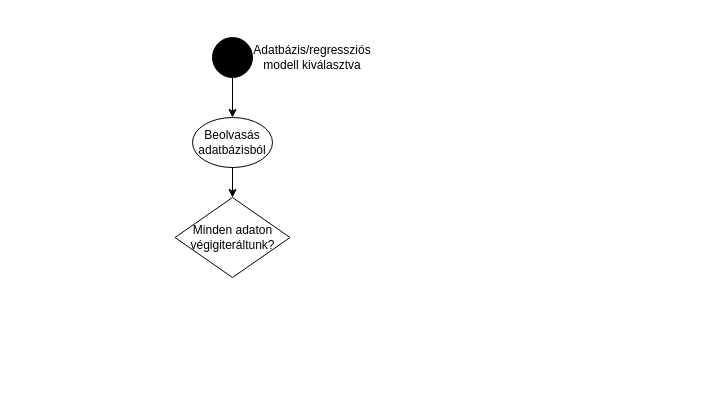
Earlier version of the draw.io diagram Folyamat2.drawio (HabanAndras/Gepi-latas). Source tidied: cells renumbered, new cells numbered last; positions are measured from the earlier drawing's top-left corner, leaving out a move shared by most shapes. Both pictures are drawn from the tidied source at 100%, with x=0, y=0 at pixel (174, 37).
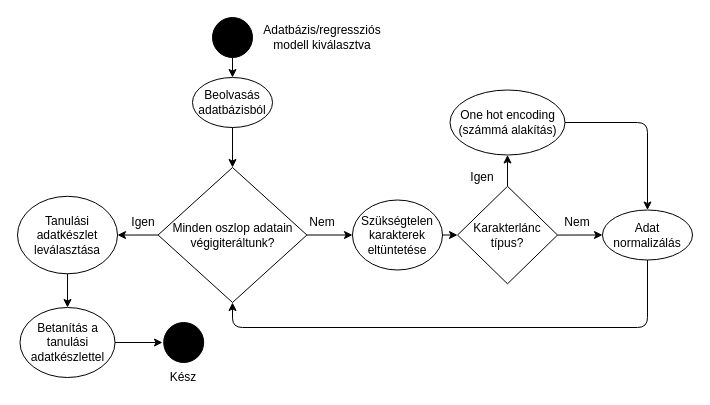
The same diagram, later.

The edit, as a diff of the source:
```diff
@@
     <mxCell id="2" style="ellipse;whiteSpace=wrap;html=1;fillColor=#000000;" parent="1" vertex="1">
-      <mxGeometry x="38" width="40" height="40" as="geometry" />
+      <mxGeometry x="38" y="-20" width="40" height="40" as="geometry" />
     </mxCell>
     <mxCell id="3" value="Adatbázis/regressziós modell kiválasztva" style="text;html=1;strokeColor=none;fillColor=none;align=center;verticalAlign=middle;whiteSpace=wrap;rounded=0;" parent="1" vertex="1">
-      <mxGeometry x="118" y="10" width="40" height="20" as="geometry" />
+      <mxGeometry x="128" y="-10" width="40" height="20" as="geometry" />
     </mxCell>
-    <mxCell id="4" style="endArrow=classic;html=1;exitX=0.5;exitY=1;exitDx=0;exitDy=0;" parent="1" edge="1" source="2">
-      <mxGeometry relative="1" as="geometry">
-        <mxPoint x="58" y="80" as="targetPoint" />
-      </mxGeometry>
+    <mxCell id="4" style="endArrow=classic;html=1;exitX=0.5;exitY=1;exitDx=0;exitDy=0;entryX=0.5;entryY=0;entryDx=0;entryDy=0;" parent="1" edge="1" source="2" target="5">
+      <mxGeometry relative="1" as="geometry" />
     </mxCell>
     <mxCell id="5" value="Beolvasás adatbázisból" style="ellipse;whiteSpace=wrap;html=1;fillColor=#FFFFFF;" parent="1" vertex="1">
-      <mxGeometry x="18" y="80" width="80" height="50" as="geometry" />
+      <mxGeometry x="18" y="40" width="80" height="50" as="geometry" />
     </mxCell>
@@
-    <mxCell id="7" value="Minden adaton végigiteráltunk?" style="rhombus;whiteSpace=wrap;html=1;" parent="1" vertex="1">
-      <mxGeometry x="0.5" y="160" width="115" height="80" as="geometry" />
+    <mxCell id="7" value="Minden oszlop adatain végigiteráltunk?" style="rhombus;whiteSpace=wrap;html=1;" parent="1" vertex="1">
+      <mxGeometry x="-16.4" y="130" width="148.8" height="135" as="geometry" />
     </mxCell>
+    <mxCell id="8" value="Szükségtelen karakterek eltüntetése" style="ellipse;whiteSpace=wrap;html=1;" parent="1" vertex="1">
+      <mxGeometry x="178" y="162.5" width="90" height="70" as="geometry" />
+    </mxCell>
+    <mxCell id="9" value="Nem" style="text;html=1;strokeColor=none;fillColor=none;align=center;verticalAlign=middle;whiteSpace=wrap;rounded=0;" parent="1" vertex="1">
+      <mxGeometry x="128" y="175" width="40" height="20" as="geometry" />
+    </mxCell>
+    <mxCell id="10" value="Karakterlánc típus?" style="rhombus;whiteSpace=wrap;html=1;fillColor=#FFFFFF;" parent="1" vertex="1">
+      <mxGeometry x="283" y="148.8" width="100" height="97.5" as="geometry" />
+    </mxCell>
+    <mxCell id="11" style="endArrow=classic;html=1;exitX=0.5;exitY=0;exitDx=0;exitDy=0;entryX=0.5;entryY=1;entryDx=0;entryDy=0;entryPerimeter=0;" parent="1" edge="1" source="10" target="12">
+      <mxGeometry relative="1" as="geometry" />
+    </mxCell>
+    <mxCell id="12" value="One hot encoding (számmá alakítás)" style="ellipse;whiteSpace=wrap;html=1;fillColor=#FFFFFF;" parent="1" vertex="1">
+      <mxGeometry x="275.5" y="52.5" width="115" height="65" as="geometry" />
+    </mxCell>
+    <mxCell id="13" value="Igen" style="text;html=1;strokeColor=none;fillColor=none;align=center;verticalAlign=middle;whiteSpace=wrap;rounded=0;" parent="1" vertex="1">
+      <mxGeometry x="288" y="130" width="40" height="20" as="geometry" />
+    </mxCell>
+    <mxCell id="14" style="endArrow=classic;html=1;exitX=1;exitY=0.5;exitDx=0;exitDy=0;" parent="1" edge="1" source="10" target="15">
+      <mxGeometry relative="1" as="geometry" />
+    </mxCell>
+    <mxCell id="15" value="Adat normalizálás" style="ellipse;whiteSpace=wrap;html=1;" parent="1" vertex="1">
+      <mxGeometry x="428" y="172.5" width="90" height="50" as="geometry" />
+    </mxCell>
+    <mxCell id="16" value="Nem" style="text;html=1;strokeColor=none;fillColor=none;align=center;verticalAlign=middle;whiteSpace=wrap;rounded=0;" parent="1" vertex="1">
+      <mxGeometry x="383" y="175" width="40" height="20" as="geometry" />
+    </mxCell>
+    <mxCell id="17" style="endArrow=classic;html=1;exitX=0.5;exitY=1;exitDx=0;exitDy=0;entryX=0.5;entryY=1;entryDx=0;entryDy=0;" parent="1" edge="1" source="15" target="7">
+      <mxGeometry relative="1" as="geometry">
+        <Array as="points">
+          <mxPoint x="473" y="290" />
+          <mxPoint x="58" y="290" />
+        </Array>
+      </mxGeometry>
+    </mxCell>
+    <mxCell id="18" style="endArrow=classic;html=1;exitX=0;exitY=0.5;exitDx=0;exitDy=0;" parent="1" edge="1" source="7" target="19">
+      <mxGeometry relative="1" as="geometry" />
+    </mxCell>
+    <mxCell id="19" value="Tanulási adatkészlet leválasztása" style="ellipse;whiteSpace=wrap;html=1;" parent="1" vertex="1">
+      <mxGeometry x="-157" y="158.8" width="100" height="77.5" as="geometry" />
+    </mxCell>
+    <mxCell id="20" value="Igen" style="text;html=1;strokeColor=none;fillColor=none;align=center;verticalAlign=middle;whiteSpace=wrap;rounded=0;" parent="1" vertex="1">
+      <mxGeometry x="-50.8" y="175" width="40" height="20" as="geometry" />
+    </mxCell>
+    <mxCell id="21" value="Betanítás a tanulási adatkészlettel" style="ellipse;whiteSpace=wrap;html=1;fillColor=#FFFFFF;" parent="1" vertex="1">
+      <mxGeometry x="-154.5" y="270" width="95" height="70" as="geometry" />
+    </mxCell>
+    <mxCell id="22" style="endArrow=classic;html=1;exitX=1;exitY=0.5;exitDx=0;exitDy=0;" parent="1" edge="1" source="21">
+      <mxGeometry relative="1" as="geometry">
+        <mxPoint x="-12" y="305" as="targetPoint" />
+      </mxGeometry>
+    </mxCell>
+    <mxCell id="23" style="ellipse;whiteSpace=wrap;html=1;fillColor=#000000;" parent="1" vertex="1">
+      <mxGeometry x="-10.8" y="285" width="40" height="40" as="geometry" />
+    </mxCell>
+    <mxCell id="24" value="Kész" style="text;html=1;strokeColor=none;fillColor=none;align=center;verticalAlign=middle;whiteSpace=wrap;rounded=0;" parent="1" vertex="1">
+      <mxGeometry x="-10.8" y="330" width="40" height="20" as="geometry" />
+    </mxCell>
+    <mxCell id="25" style="endArrow=classic;html=1;exitX=0.5;exitY=1;exitDx=0;exitDy=0;entryX=0.5;entryY=0;entryDx=0;entryDy=0;" parent="1" edge="1" source="19" target="21">
+      <mxGeometry relative="1" as="geometry" />
+    </mxCell>
+    <mxCell id="26" style="endArrow=classic;html=1;exitX=1;exitY=0.5;exitDx=0;exitDy=0;entryX=0;entryY=0.5;entryDx=0;entryDy=0;" parent="1" edge="1" source="7" target="8">
+      <mxGeometry relative="1" as="geometry" />
+    </mxCell>
+    <mxCell id="27" style="endArrow=classic;html=1;exitX=1;exitY=0.5;exitDx=0;exitDy=0;entryX=0;entryY=0.5;entryDx=0;entryDy=0;" parent="1" edge="1" source="8" target="10">
+      <mxGeometry relative="1" as="geometry" />
+    </mxCell>
+    <mxCell id="28" style="endArrow=classic;html=1;exitX=1;exitY=0.5;exitDx=0;exitDy=0;entryX=0.5;entryY=0;entryDx=0;entryDy=0;" parent="1" edge="1" source="12" target="15">
+      <mxGeometry relative="1" as="geometry">
+        <Array as="points">
+          <mxPoint x="473" y="85" />
+        </Array>
+      </mxGeometry>
+    </mxCell>
```
